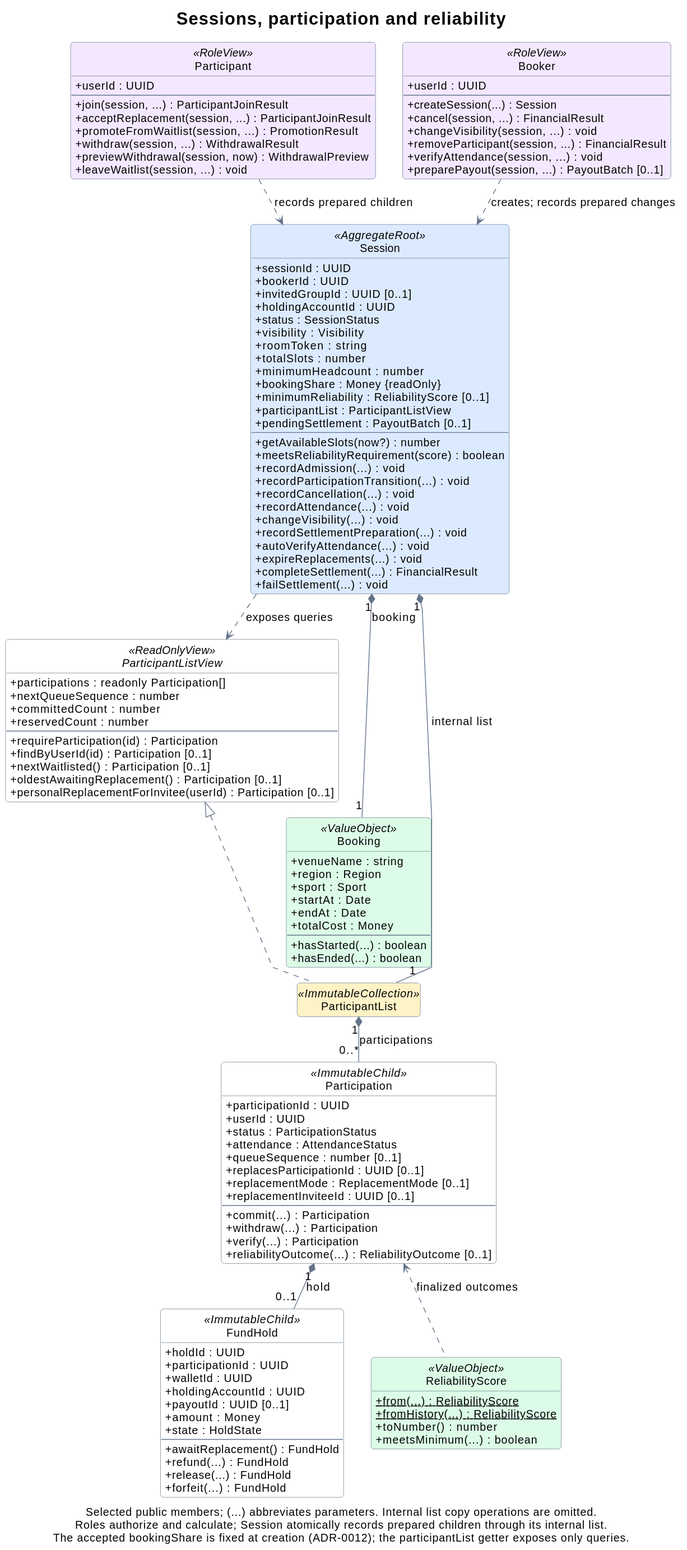
This is docs/assets/domain-sessions.svg from liang799/booking-web-manager, a PlantUML export, as it was before one commit.
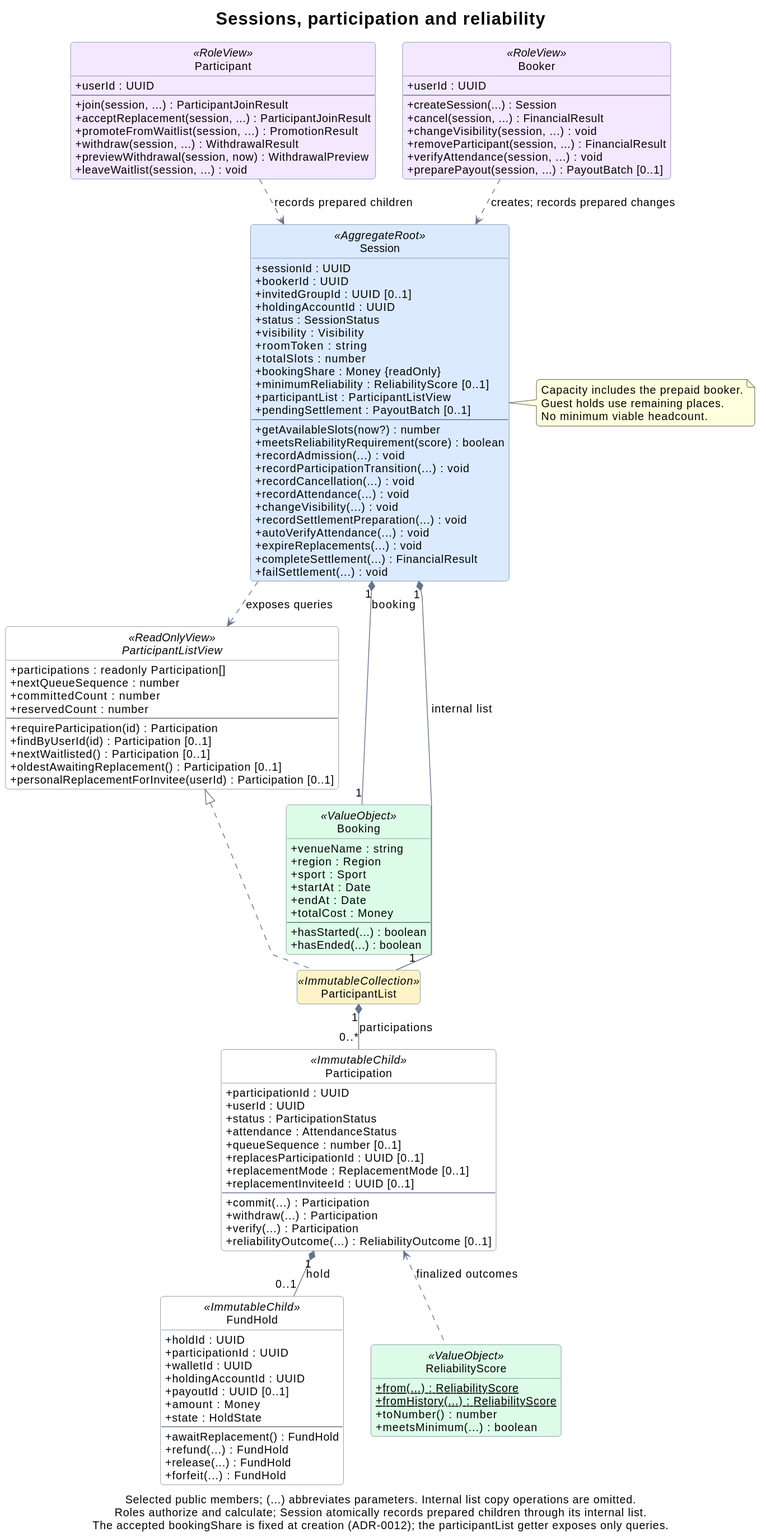
After the commit.

What changed in the source:
```diff
@@ -31,7 +31,6 @@
   +visibility : Visibility
   +roomToken : string
   +totalSlots : number
-  +minimumHeadcount : number
   +bookingShare : Money {readOnly}
   +minimumReliability : ReliabilityScore [0..1]
   +participantList : ParticipantListView
@@ -50,6 +49,12 @@
   +completeSettlement(...) : FinancialResult
   +failSettlement(...) : void
 }
+
+note right of Session
+  Capacity includes the prepaid booker.
+  Guest holds use remaining places.
+  No minimum viable headcount.
+end note
 
 class Participant <<RoleView>> {
   +userId : UUID
```
